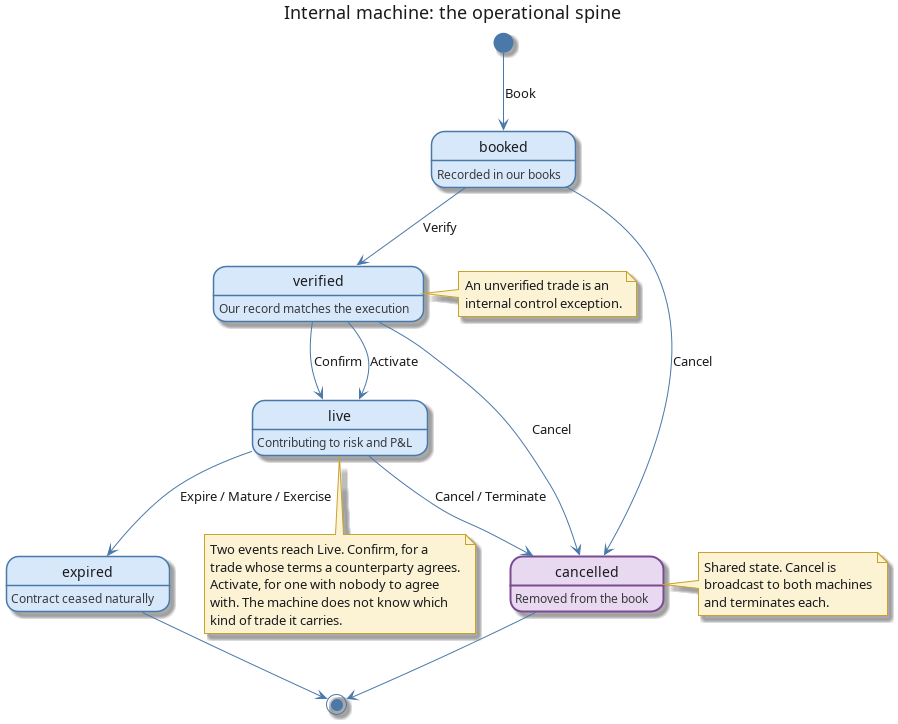
This is doc/knowledge/domain/trade_lifecycle_internal.png from OreStudio/OreStudio, a PlantUML export, as it was before one commit. Its source is kept beside it as doc/knowledge/domain/trade_lifecycle_internal.puml.
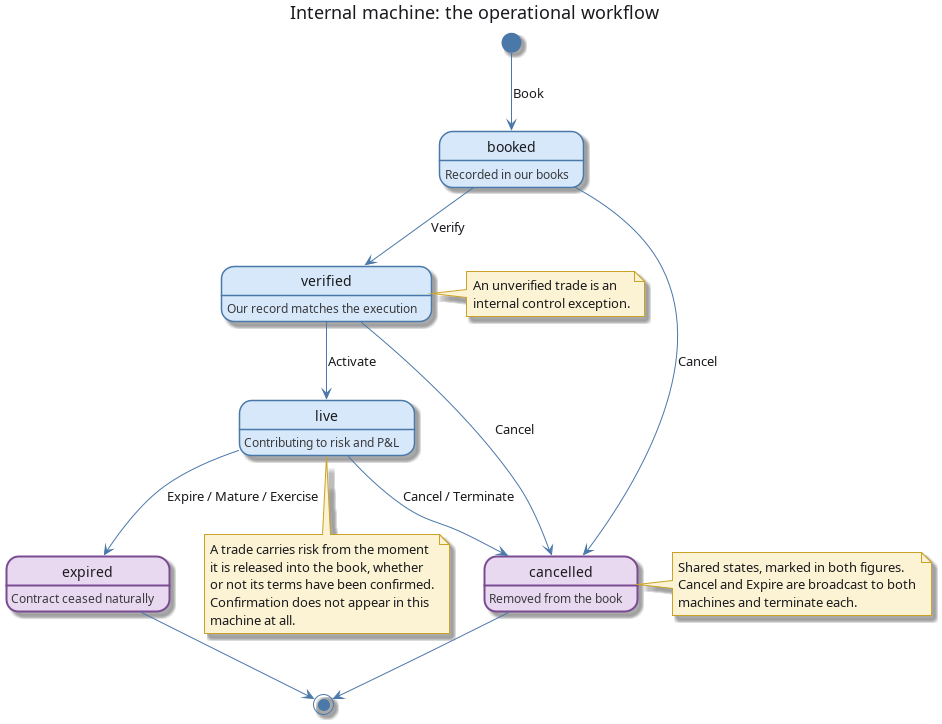
After the commit.

Commit message:
[doc] Make a trade live before it is confirmed, and share expired

What changed in the source:
```diff
@@ -1,7 +1,7 @@
 @startuml
 !pragma layout smetana
 
-title Internal machine: the operational spine
+title Internal machine: the operational workflow
 
 skinparam state {
     BackgroundColor #D6E8FA
@@ -24,7 +24,7 @@
 state "booked" as Booked
 state "verified" as Verified
 state "live" as Live
-state "expired" as Expired
+state "expired" as Expired #E8D9F0 ##[bold]7A4B93
 state "cancelled" as Cancelled #E8D9F0 ##[bold]7A4B93
 
 Booked : Recorded in our books
@@ -35,7 +35,6 @@
 
 [*] --> Booked : Book
 Booked --> Verified : Verify
-Verified --> Live : Confirm
 Verified --> Live : Activate
 Live --> Expired : Expire / Mature / Exercise
 Booked --> Cancelled : Cancel
@@ -50,17 +49,17 @@
 end note
 
 note bottom of Live
-  Two events reach Live. Confirm, for a
-  trade whose terms a counterparty agrees.
-  Activate, for one with nobody to agree
-  with. The machine does not know which
-  kind of trade it carries.
+  A trade carries risk from the moment
+  it is released into the book, whether
+  or not its terms have been confirmed.
+  Confirmation does not appear in this
+  machine at all.
 end note
 
 note right of Cancelled
-  Shared state. Cancel is
-  broadcast to both machines
-  and terminates each.
+  Shared states, marked in both figures.
+  Cancel and Expire are broadcast to both
+  machines and terminate each.
 end note
 
 @enduml
```
